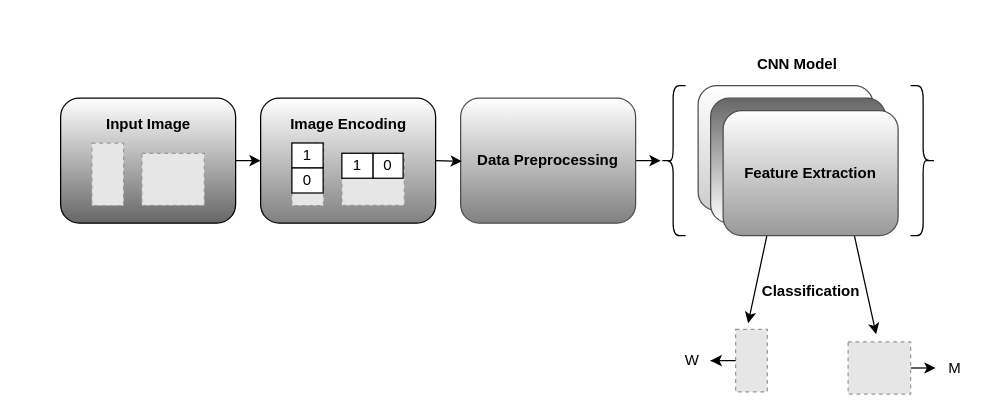
hridoy1000/asl keeps this draw.io diagram as dft.drawio. Above is the earlier version. Source tidied: cells renumbered, new cells numbered last; positions are measured from the earlier drawing's top-left corner, leaving out a move shared by most shapes. Both pictures are drawn from the tidied source at 125%, with x=0, y=0 at pixel (60, 45). Pictures stored in the file or linked from it are replaced by grey dashed boxes.
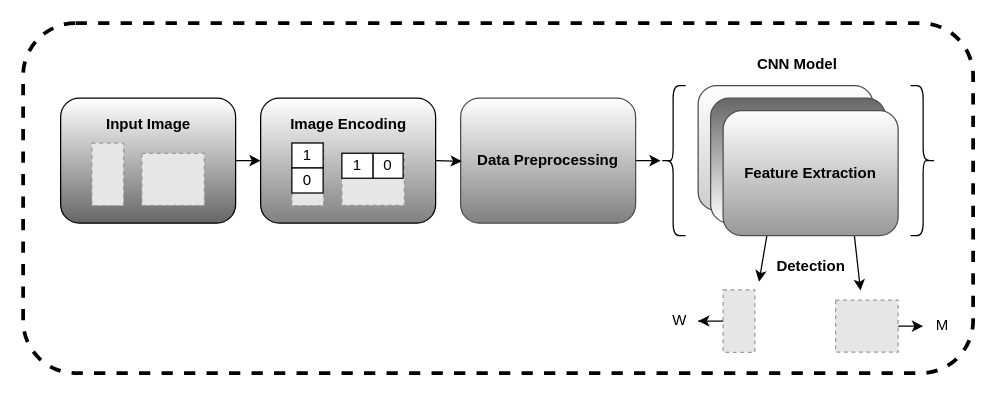
The same diagram, later.

Change to the diagram source:
```diff
@@
+    <mxCell id="34" style="rounded=1;whiteSpace=wrap;html=1;perimeterSpacing=2;strokeWidth=3;dashed=1;" parent="1" vertex="1">
+      <mxGeometry x="-30" y="-18" width="760" height="280" as="geometry" />
+    </mxCell>
@@
-    <mxCell id="3" value="&lt;b&gt;Data Preprocessing&lt;/b&gt;" style="rounded=1;whiteSpace=wrap;html=1;fillColor=#FFFFFF;strokeColor=#4D4D4D;gradientColor=#808080;" parent="1" vertex="1">
+    <mxCell id="3" value="&lt;b&gt;Data Preprocessing&lt;/b&gt;" style="rounded=1;whiteSpace=wrap;html=1;fillColor=#FFFFFF;strokeColor=#4D4D4D;gradientColor=#808080;strokeWidth=1;" parent="1" vertex="1">
       <mxGeometry x="320" y="42" width="140" height="100" as="geometry" />
     </mxCell>
@@
-    <mxCell id="7" style="rounded=1;whiteSpace=wrap;html=1;gradientColor=#666666;fillColor=#FFFFFF;" parent="1" vertex="1">
+    <mxCell id="7" style="rounded=1;whiteSpace=wrap;html=1;gradientColor=#666666;fillColor=#FFFFFF;strokeWidth=1;perimeterSpacing=1;" parent="1" vertex="1">
       <mxGeometry y="42" width="140" height="100" as="geometry" />
     </mxCell>
@@
     <mxCell id="11" style="fillColor=#E6E6E6;strokeColor=#999999;dashed=1;verticalLabelPosition=bottom;labelBackgroundColor=default;verticalAlign=top;" parent="1" vertex="1">
-      <mxGeometry x="540" y="227" width="25.4" height="50" as="geometry" />
+      <mxGeometry x="530" y="195.3" width="25.4" height="50" as="geometry" />
     </mxCell>
@@
     <mxCell id="13" style="fillColor=#E6E6E6;strokeColor=#999999;dashed=1;verticalLabelPosition=bottom;labelBackgroundColor=default;verticalAlign=top;" parent="1" vertex="1">
-      <mxGeometry x="630" y="237" width="50" height="41.7" as="geometry" />
+      <mxGeometry x="620" y="203.5" width="50" height="41.7" as="geometry" />
     </mxCell>
-    <mxCell id="14" style="endArrow=classic;html=1;rounded=0;exitX=0.25;exitY=1;exitDx=0;exitDy=0;" parent="1" edge="1">
+    <mxCell id="14" style="endArrow=classic;html=1;rounded=0;exitX=0.25;exitY=1;exitDx=0;exitDy=0;entryX=-0.016;entryY=0.895;entryDx=0;entryDy=0;entryPerimeter=0;" parent="1" edge="1" target="17">
       <mxGeometry relative="1" as="geometry">
         <mxPoint x="565" y="152" as="sourcePoint" />
-        <mxPoint x="550" y="222" as="targetPoint" />
       </mxGeometry>
     </mxCell>
-    <mxCell id="15" style="endArrow=classic;html=1;rounded=0;entryX=0.448;entryY=-0.146;entryDx=0;entryDy=0;entryPerimeter=0;exitX=0.75;exitY=1;exitDx=0;exitDy=0;" parent="1" edge="1" target="13">
+    <mxCell id="15" style="endArrow=classic;html=1;rounded=0;entryX=0.999;entryY=1.133;entryDx=0;entryDy=0;entryPerimeter=0;" parent="1" edge="1" target="17">
       <mxGeometry relative="1" as="geometry">
         <mxPoint x="635" y="152" as="sourcePoint" />
       </mxGeometry>
     </mxCell>
     <mxCell id="16" value="M" style="text;html=1;align=center;verticalAlign=middle;points=[];strokeColor=none;fillColor=none;" parent="1" vertex="1">
-      <mxGeometry x="700" y="242.9" width="30" height="30" as="geometry" />
+      <mxGeometry x="690" y="209.4" width="30" height="30" as="geometry" />
     </mxCell>
-    <mxCell id="17" value="&lt;b&gt;Classification&lt;/b&gt;" style="text;html=1;align=center;verticalAlign=middle;points=[];strokeColor=none;fillColor=none;" parent="1" vertex="1">
-      <mxGeometry x="550" y="182" width="100" height="30" as="geometry" />
+    <mxCell id="17" value="&lt;b&gt;Detection&lt;/b&gt;" style="text;html=1;align=center;verticalAlign=middle;points=[];strokeColor=none;fillColor=none;" parent="1" vertex="1">
+      <mxGeometry x="560" y="162" width="80" height="30" as="geometry" />
     </mxCell>
@@
-    <mxCell id="19" style="rounded=1;whiteSpace=wrap;html=1;gradientColor=#808080;fillColor=#FFFFFF;" parent="1" vertex="1">
+    <mxCell id="19" style="rounded=1;whiteSpace=wrap;html=1;gradientColor=#808080;fillColor=#FFFFFF;strokeWidth=1;" parent="1" vertex="1">
       <mxGeometry x="160" y="42" width="140" height="100" as="geometry" />
     </mxCell>
@@
-    <mxCell id="28" value="&lt;b&gt;Feature Extraction&lt;/b&gt;" style="rounded=1;whiteSpace=wrap;html=1;fillColor=#FFFFFF;strokeColor=#4D4D4D;gradientColor=#999999;" parent="1" vertex="1">
+    <mxCell id="28" value="&lt;b&gt;Feature Extraction&lt;/b&gt;" style="rounded=1;whiteSpace=wrap;html=1;fillColor=#FFFFFF;strokeColor=#4D4D4D;gradientColor=#999999;strokeWidth=1;perimeterSpacing=1;" parent="1" vertex="1">
       <mxGeometry x="530" y="52" width="140" height="100" as="geometry" />
     </mxCell>
@@
     <mxCell id="33" value="W" style="text;html=1;align=center;verticalAlign=middle;points=[];strokeColor=none;fillColor=none;" parent="1" vertex="1">
-      <mxGeometry x="490" y="237" width="30" height="30" as="geometry" />
+      <mxGeometry x="480" y="205.3" width="30" height="30" as="geometry" />
     </mxCell>
```
